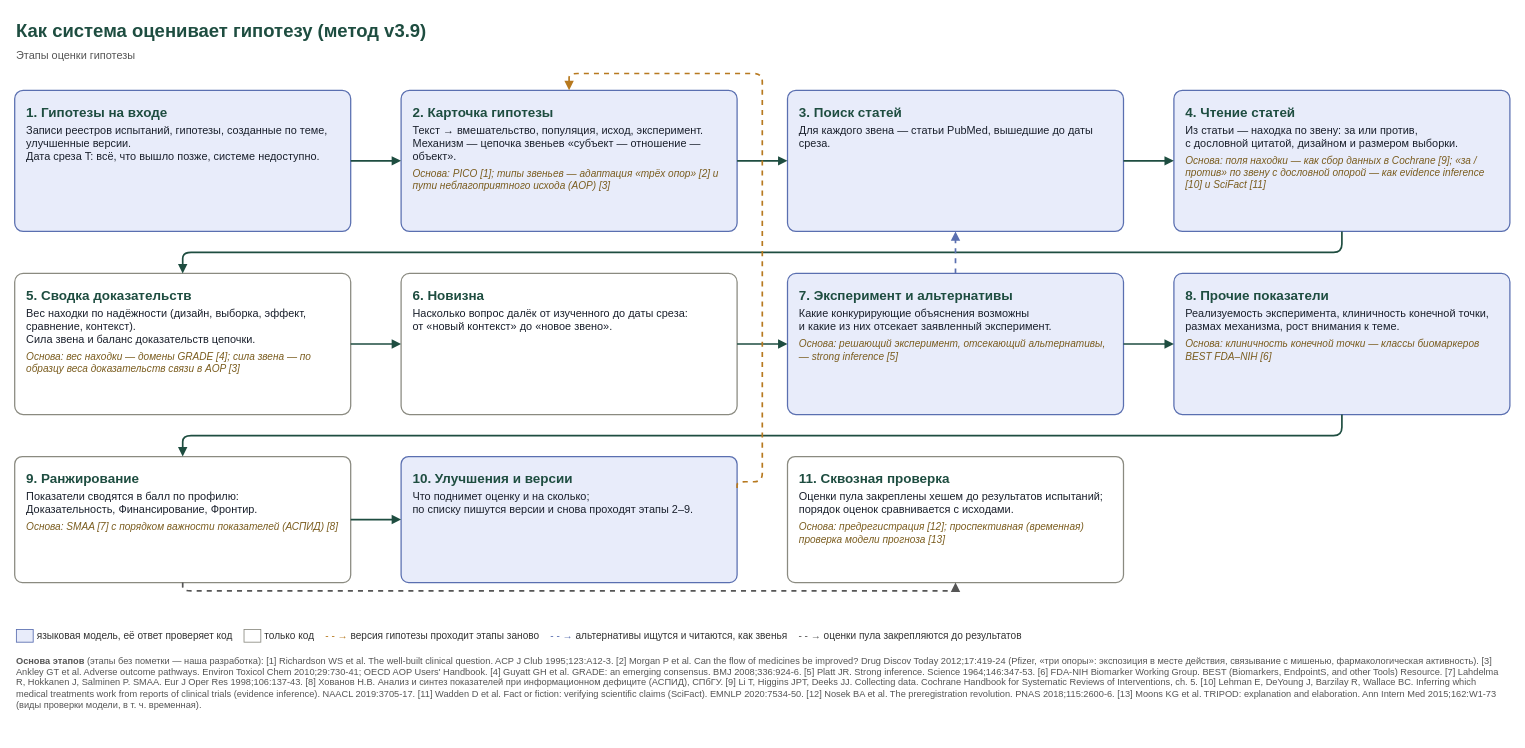
danrd/hyp-arena keeps this draw.io diagram as docs/system/flow_base.drawio. Above is the earlier version. Source tidied: cells renumbered, new cells numbered last; positions are measured from the earlier drawing's top-left corner, leaving out a move shared by most shapes. Both pictures are drawn from the tidied source at 84%, with x=0, y=0 at pixel (14, 14).
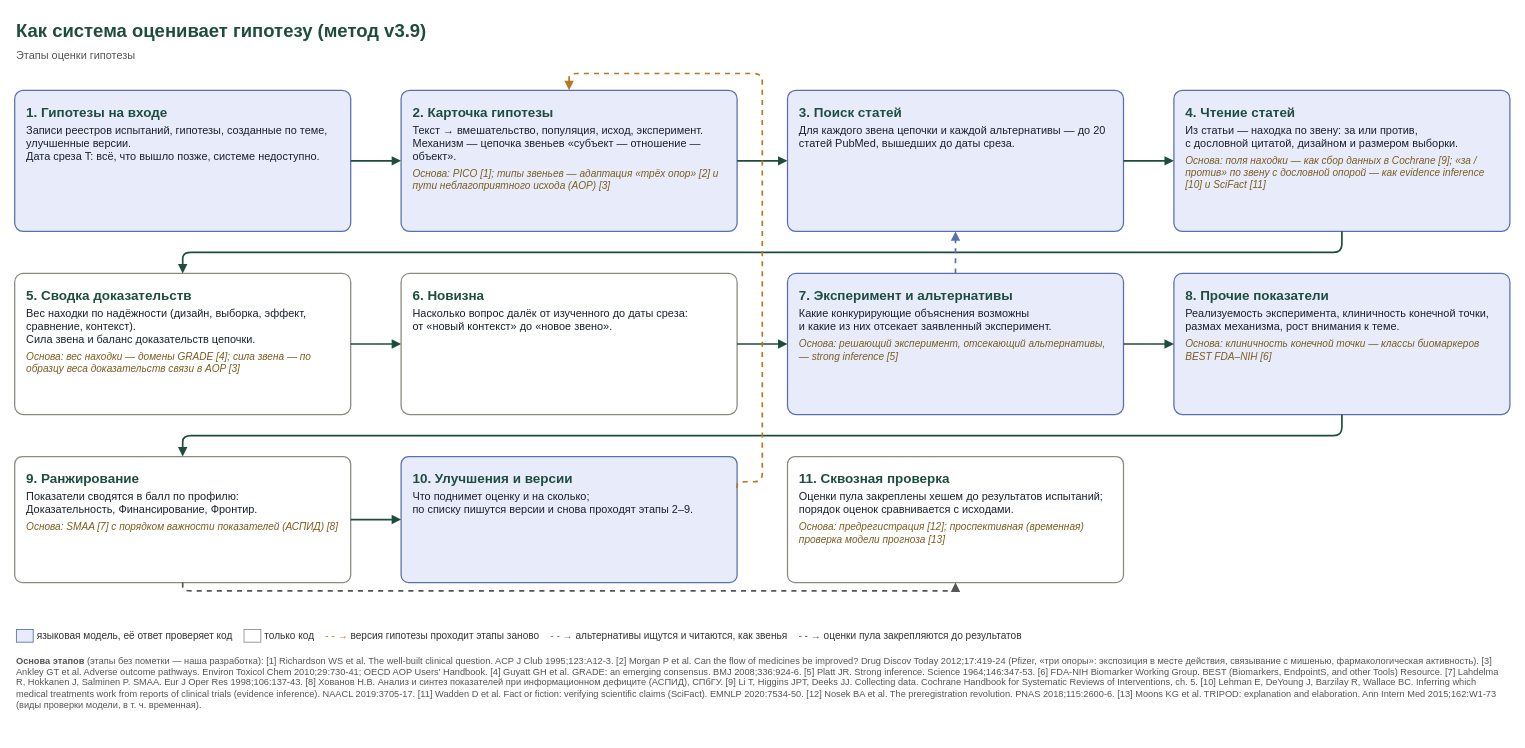
The same diagram, later.

Commit message (it also covers changes not shown here):
Search: the outcome line of the query prompt is the link's own object; flow scheme: search stage in plain words

What changed in the source:
```diff
@@
-    <mxCell id="5" value="&lt;div style='font-size:16px;color:#1E4D40'&gt;&lt;b&gt;3. Поиск статей&lt;/b&gt;&lt;/div&gt;&lt;div style='margin-top:4px'&gt;Для каждого звена — статьи PubMed, вышедшие до даты среза.&lt;/div&gt;" style="rounded=1;arcSize=6;whiteSpace=wrap;html=1;fillColor=#E8ECFA;strokeColor=#5A6FB0;strokeWidth=1.5;fontSize=13;fontColor=#1A202C;align=left;verticalAlign=top;spacingLeft=12;spacingRight=10;spacingTop=10;" parent="1" vertex="1">
+    <mxCell id="5" value="&lt;div style='font-size:16px;color:#1E4D40'&gt;&lt;b&gt;3. Поиск статей&lt;/b&gt;&lt;/div&gt;&lt;div style='margin-top:4px'&gt;Для каждого звена цепочки и каждой альтернативы — до 20 статей PubMed, вышедших до даты среза.&lt;/div&gt;" style="rounded=1;arcSize=6;whiteSpace=wrap;html=1;fillColor=#E8ECFA;strokeColor=#5A6FB0;strokeWidth=1.5;fontSize=13;fontColor=#1A202C;align=left;verticalAlign=top;spacingLeft=12;spacingRight=10;spacingTop=10;" parent="1" vertex="1">
       <mxGeometry x="920" y="90" width="400" height="168" as="geometry" />
     </mxCell>
```
